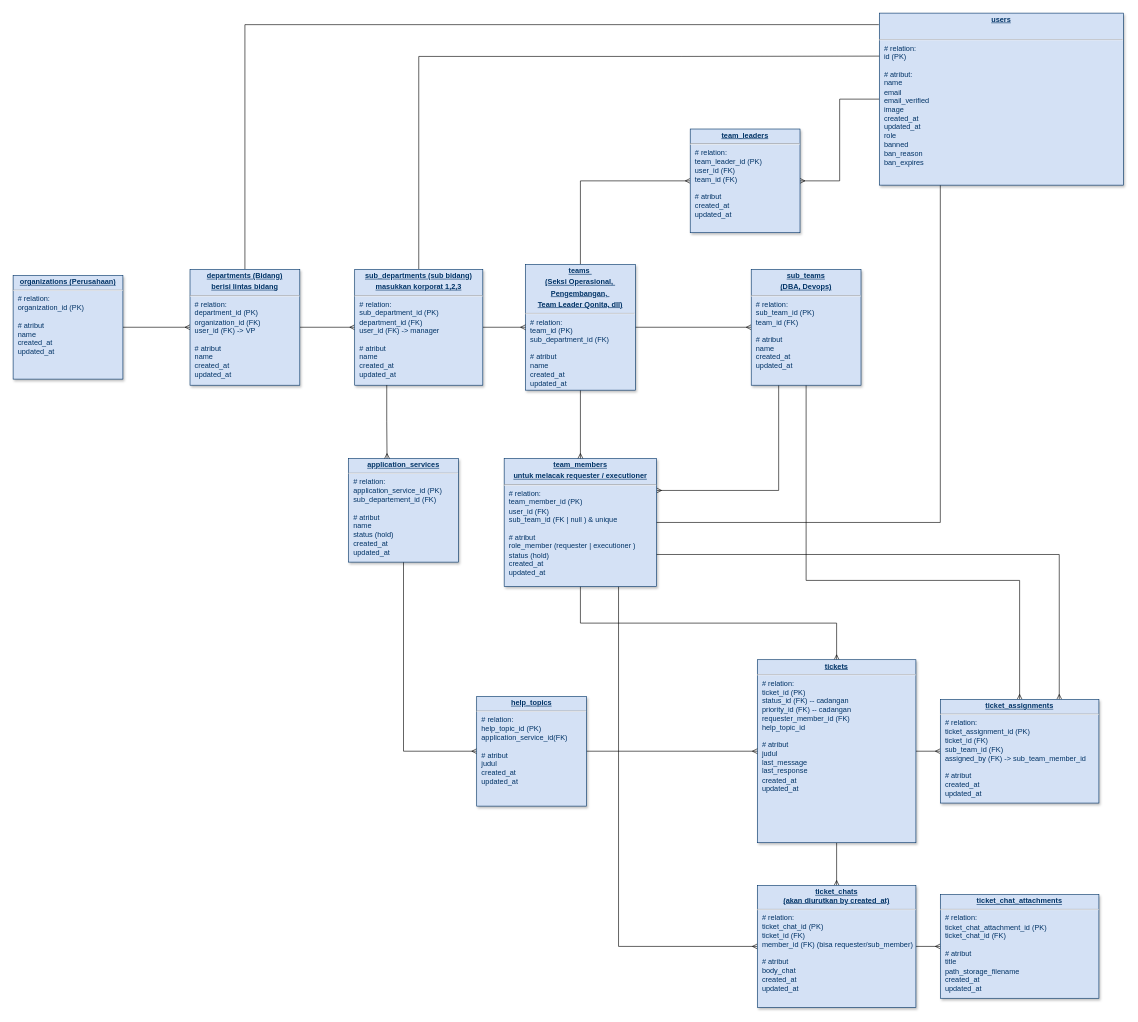
Above: ticketing-digitalisasi2.drawio in fiqihalfito/ticketing_digitalisasi2 (draw.io), before the change. Source tidied: cells renumbered, new cells numbered last; positions are measured from the earlier drawing's top-left corner, leaving out a move shared by most shapes. Both pictures are drawn from the tidied source at 61%, with x=0, y=0 at pixel (13, 13).
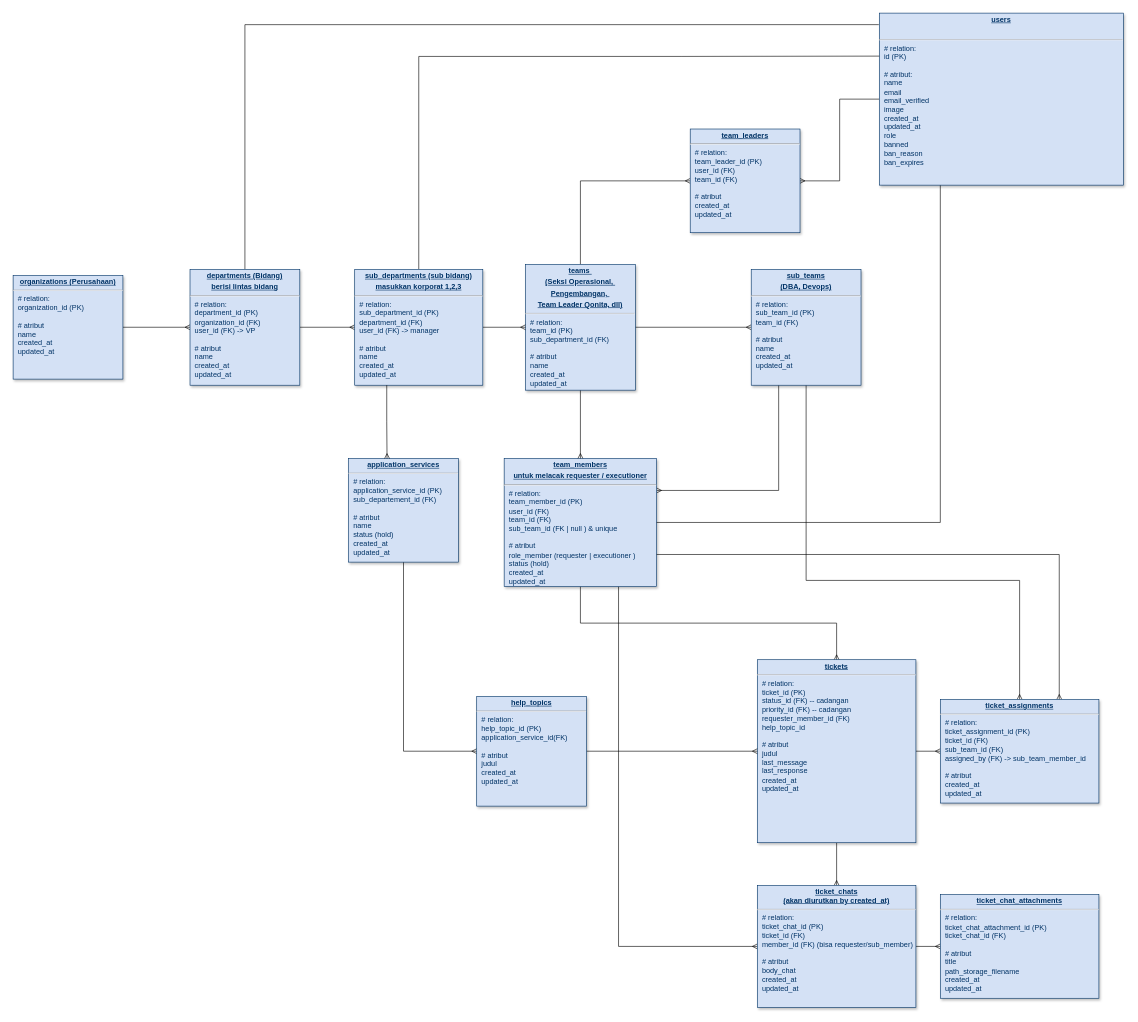
The same diagram, later.

What changed in the source:
```diff
@@
-    <mxCell id="5" value="&lt;p style=&quot;text-decoration: underline; margin: 4px 0px 0px; text-align: center;&quot;&gt;&lt;strong&gt;team_members&lt;/strong&gt;&lt;/p&gt;&lt;p style=&quot;text-decoration: underline; margin: 4px 0px 0px; text-align: center;&quot;&gt;&lt;strong&gt;untuk melacak requester / executioner&lt;/strong&gt;&lt;/p&gt;&lt;hr&gt;&lt;p style=&quot;margin: 0px 0px 0px 8px;&quot;&gt;# relation:&lt;/p&gt;&lt;p style=&quot;margin: 0px 0px 0px 8px;&quot;&gt;team_member_id (PK)&lt;/p&gt;&lt;p style=&quot;margin: 0px 0px 0px 8px;&quot;&gt;user_id (FK)&lt;/p&gt;&lt;p style=&quot;margin: 0px 0px 0px 8px;&quot;&gt;sub_team_id (FK | null ) &amp;amp; unique&lt;/p&gt;&lt;p style=&quot;margin: 0px 0px 0px 8px;&quot;&gt;&lt;br&gt;&lt;/p&gt;&lt;p style=&quot;margin: 0px 0px 0px 8px;&quot;&gt;# atribut&lt;/p&gt;&lt;p style=&quot;margin: 0px 0px 0px 8px;&quot;&gt;role_member (requester | executioner )&lt;/p&gt;&lt;p style=&quot;margin: 0px 0px 0px 8px;&quot;&gt;status (hold)&lt;/p&gt;&lt;p style=&quot;margin: 0px 0px 0px 8px;&quot;&gt;created_at&lt;/p&gt;&lt;p style=&quot;margin: 0px 0px 0px 8px;&quot;&gt;updated_at&lt;/p&gt;" style="verticalAlign=top;align=left;overflow=fill;fontSize=12;fontFamily=Helvetica;html=1;strokeColor=#003366;shadow=1;fillColor=#D4E1F5;fontColor=#003366;" parent="1" vertex="1">
+    <mxCell id="5" value="&lt;p style=&quot;text-decoration: underline; margin: 4px 0px 0px; text-align: center;&quot;&gt;&lt;strong&gt;team_members&lt;/strong&gt;&lt;/p&gt;&lt;p style=&quot;text-decoration: underline; margin: 4px 0px 0px; text-align: center;&quot;&gt;&lt;strong&gt;untuk melacak requester / executioner&lt;/strong&gt;&lt;/p&gt;&lt;hr&gt;&lt;p style=&quot;margin: 0px 0px 0px 8px;&quot;&gt;# relation:&lt;/p&gt;&lt;p style=&quot;margin: 0px 0px 0px 8px;&quot;&gt;team_member_id (PK)&lt;/p&gt;&lt;p style=&quot;margin: 0px 0px 0px 8px;&quot;&gt;user_id (FK)&lt;/p&gt;&lt;p style=&quot;margin: 0px 0px 0px 8px;&quot;&gt;team_id (FK)&lt;/p&gt;&lt;p style=&quot;margin: 0px 0px 0px 8px;&quot;&gt;sub_team_id (FK | null ) &amp;amp; unique&lt;/p&gt;&lt;p style=&quot;margin: 0px 0px 0px 8px;&quot;&gt;&lt;br&gt;&lt;/p&gt;&lt;p style=&quot;margin: 0px 0px 0px 8px;&quot;&gt;# atribut&lt;/p&gt;&lt;p style=&quot;margin: 0px 0px 0px 8px;&quot;&gt;role_member (requester | executioner )&lt;/p&gt;&lt;p style=&quot;margin: 0px 0px 0px 8px;&quot;&gt;status (hold)&lt;/p&gt;&lt;p style=&quot;margin: 0px 0px 0px 8px;&quot;&gt;created_at&lt;/p&gt;&lt;p style=&quot;margin: 0px 0px 0px 8px;&quot;&gt;updated_at&lt;/p&gt;" style="verticalAlign=top;align=left;overflow=fill;fontSize=12;fontFamily=Helvetica;html=1;strokeColor=#003366;shadow=1;fillColor=#D4E1F5;fontColor=#003366;" parent="1" vertex="1">
       <mxGeometry x="805" y="730" width="250" height="210" as="geometry" />
     </mxCell>
```
